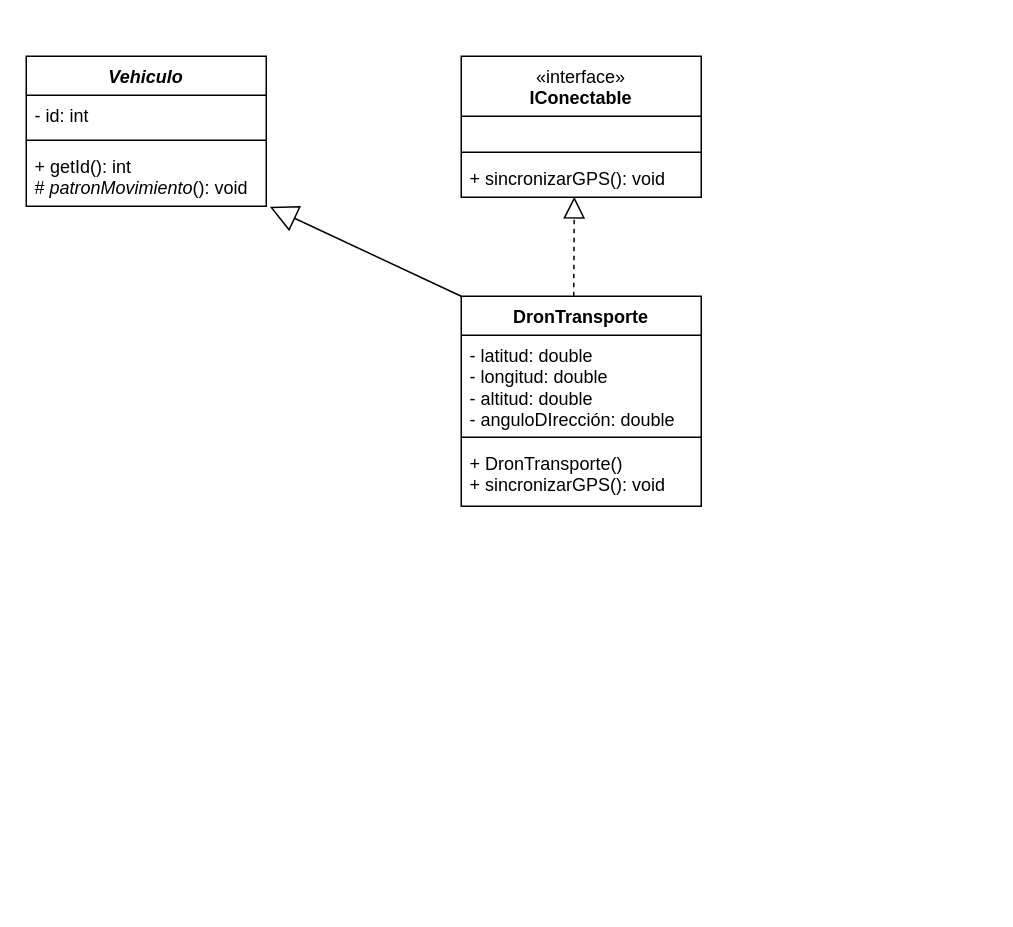
Earlier version of the draw.io diagram docs/SmartLogistics_System_UML.drawio (Snti720/SmartLogistics-System). Source tidied: cells renumbered, new cells numbered last; positions are measured from the earlier drawing's top-left corner, leaving out a move shared by most shapes. Both pictures are drawn from the tidied source at 150%, with x=0, y=0 at pixel (26, 56).
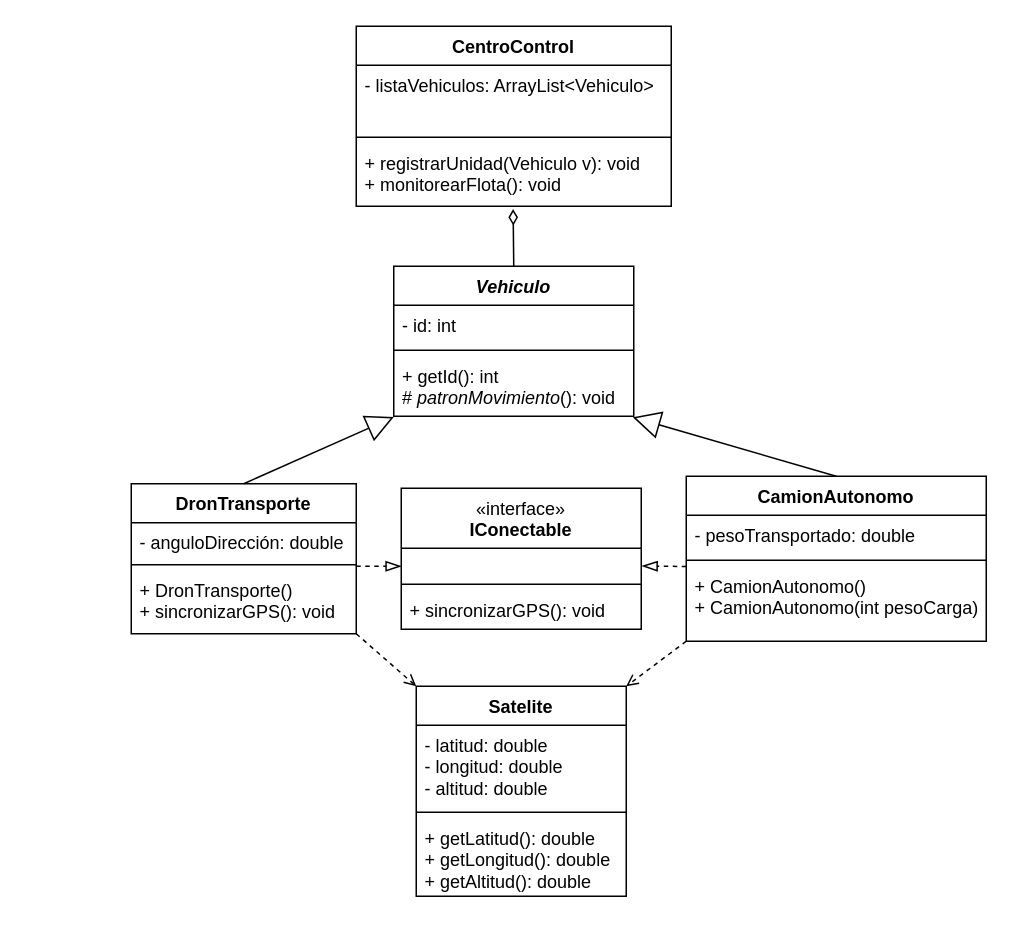
The same page after the edit.

Unchanged cells that the change refers to:
```xml
<mxCell id="5" value="+ getId(): int&lt;div&gt;# &lt;i&gt;patronMovimiento&lt;/i&gt;(): void&lt;/div&gt;" style="text;strokeColor=none;fillColor=none;align=left;verticalAlign=top;spacingLeft=4;spacingRight=4;overflow=hidden;points=[[0,0.5],[1,0.5]];portConstraint=eastwest;whiteSpace=wrap;html=1;" parent="2" vertex="1">
  <mxGeometry y="60" width="160" height="40" as="geometry" />
</mxCell>
<mxCell id="7" value="&lt;div&gt;&lt;br&gt;&lt;/div&gt;&lt;div&gt;&lt;br&gt;&lt;/div&gt;" style="text;strokeColor=none;fillColor=none;align=left;verticalAlign=top;spacingLeft=4;spacingRight=4;overflow=hidden;points=[[0,0.5],[1,0.5]];portConstraint=eastwest;whiteSpace=wrap;html=1;" parent="6" vertex="1">
  <mxGeometry y="40" width="160" height="20" as="geometry" />
</mxCell>
<mxCell id="9" value="+ sincronizarGPS(): void" style="text;strokeColor=none;fillColor=none;align=left;verticalAlign=top;spacingLeft=4;spacingRight=4;overflow=hidden;points=[[0,0.5],[1,0.5]];portConstraint=eastwest;whiteSpace=wrap;html=1;" parent="6" vertex="1">
  <mxGeometry y="68" width="160" height="26" as="geometry" />
</mxCell>
```

The edit, as a diff of the source:
```diff
@@
     <mxCell id="2" value="&lt;i&gt;Vehiculo&lt;/i&gt;" style="swimlane;fontStyle=1;align=center;verticalAlign=top;horizontal=1;startSize=26;whiteSpace=wrap;html=1;" parent="1" vertex="1">
-      <mxGeometry width="160" height="100" as="geometry" />
+      <mxGeometry x="245" y="140" width="160" height="100" as="geometry" />
     </mxCell>
@@
     <mxCell id="6" value="&lt;span style=&quot;font-weight: 400;&quot;&gt;«interface»&lt;/span&gt;&lt;br style=&quot;font-weight: 400;&quot;&gt;&lt;b&gt;IConectable&lt;/b&gt;" style="swimlane;fontStyle=1;align=center;verticalAlign=top;horizontal=1;startSize=40;whiteSpace=wrap;html=1;" parent="1" vertex="1">
-      <mxGeometry x="290" width="160" height="94" as="geometry" />
+      <mxGeometry x="250" y="288" width="160" height="94" as="geometry" />
     </mxCell>
@@
     <mxCell id="10" value="DronTransporte" style="swimlane;fontStyle=1;align=center;verticalAlign=top;horizontal=1;startSize=26;whiteSpace=wrap;html=1;" parent="1" vertex="1">
-      <mxGeometry x="290" y="160" width="160" height="140" as="geometry" />
+      <mxGeometry x="70" y="285" width="150" height="100" as="geometry" />
     </mxCell>
-    <mxCell id="11" value="- latitud: double&lt;div&gt;- longitud: double&lt;br&gt;- altitud: double&lt;/div&gt;&lt;div&gt;- anguloDIrección: double&lt;/div&gt;" style="text;strokeColor=none;fillColor=none;align=left;verticalAlign=top;spacingLeft=4;spacingRight=4;overflow=hidden;whiteSpace=wrap;html=1;" parent="10" vertex="1">
-      <mxGeometry y="26" width="160" height="64" as="geometry" />
+    <mxCell id="11" value="&lt;div&gt;- anguloDirección: double&lt;/div&gt;" style="text;strokeColor=none;fillColor=none;align=left;verticalAlign=top;spacingLeft=4;spacingRight=4;overflow=hidden;whiteSpace=wrap;html=1;" parent="10" vertex="1">
+      <mxGeometry y="26" width="150" height="24" as="geometry" />
     </mxCell>
     <mxCell id="12" style="line;strokeWidth=1;fillColor=none;align=left;verticalAlign=middle;spacingTop=-1;spacingLeft=3;spacingRight=3;labelPosition=right;strokeColor=inherit;" parent="10" vertex="1">
-      <mxGeometry y="90" width="160" height="8" as="geometry" />
+      <mxGeometry y="50" width="150" height="8" as="geometry" />
     </mxCell>
-    <mxCell id="13" value="+ DronTransporte()&lt;div&gt;+ sincronizarGPS(): void&lt;/div&gt;" style="text;strokeColor=none;fillColor=none;align=left;verticalAlign=top;spacingLeft=4;spacingRight=4;overflow=hidden;whiteSpace=wrap;html=1;" parent="10" vertex="1">
-      <mxGeometry y="98" width="160" height="42" as="geometry" />
+    <mxCell id="13" value="+ DronTransporte()&lt;div&gt;&lt;div&gt;+ sincronizarGPS(): void&lt;/div&gt;&lt;/div&gt;" style="text;strokeColor=none;fillColor=none;align=left;verticalAlign=top;spacingLeft=4;spacingRight=4;overflow=hidden;whiteSpace=wrap;html=1;" parent="10" vertex="1">
+      <mxGeometry y="58" width="150" height="42" as="geometry" />
     </mxCell>
-    <mxCell id="14" style="endArrow=block;endSize=16;endFill=0;html=1;rounded=0;entryX=1.015;entryY=1.008;entryDx=0;entryDy=0;entryPerimeter=0;exitX=0;exitY=0;exitDx=0;exitDy=0;" parent="1" edge="1" source="10" target="5">
+    <mxCell id="14" style="endArrow=block;endSize=16;endFill=0;html=1;rounded=0;entryX=0;entryY=1.013;entryDx=0;entryDy=0;entryPerimeter=0;exitX=0.5;exitY=0;exitDx=0;exitDy=0;" parent="1" edge="1" source="10" target="5">
       <mxGeometry relative="1" as="geometry" />
     </mxCell>
-    <mxCell id="15" style="endArrow=block;dashed=1;endFill=0;endSize=12;html=1;rounded=0;entryX=0.471;entryY=0.987;entryDx=0;entryDy=0;entryPerimeter=0;" parent="1" edge="1" target="9">
-      <mxGeometry relative="1" as="geometry">
-        <mxPoint x="365" y="160" as="sourcePoint" />
-      </mxGeometry>
-    </mxCell>
+    <mxCell id="16" value="CentroControl" style="swimlane;fontStyle=1;align=center;verticalAlign=top;horizontal=1;startSize=26;whiteSpace=wrap;html=1;" parent="1" vertex="1">
+      <mxGeometry x="220" y="-20" width="210" height="120" as="geometry" />
+    </mxCell>
+    <mxCell id="17" value="- listaVehiculos: ArrayList&amp;lt;Vehiculo&amp;gt;" style="text;strokeColor=none;fillColor=none;align=left;verticalAlign=top;spacingLeft=4;spacingRight=4;overflow=hidden;whiteSpace=wrap;html=1;" parent="16" vertex="1">
+      <mxGeometry y="26" width="210" height="44" as="geometry" />
+    </mxCell>
+    <mxCell id="18" style="line;strokeWidth=1;fillColor=none;align=left;verticalAlign=middle;spacingTop=-1;spacingLeft=3;spacingRight=3;labelPosition=right;strokeColor=inherit;" parent="16" vertex="1">
+      <mxGeometry y="70" width="210" height="8" as="geometry" />
+    </mxCell>
+    <mxCell id="19" value="+ registrarUnidad(Vehiculo v): void&lt;div&gt;+ monitorearFlota(): void&lt;/div&gt;" style="text;strokeColor=none;fillColor=none;align=left;verticalAlign=top;spacingLeft=4;spacingRight=4;overflow=hidden;points=[[0,0.5],[1,0.5]];portConstraint=eastwest;whiteSpace=wrap;html=1;" parent="16" vertex="1">
+      <mxGeometry y="78" width="210" height="42" as="geometry" />
+    </mxCell>
+    <mxCell id="20" value="Satelite" style="swimlane;fontStyle=1;align=center;verticalAlign=top;horizontal=1;startSize=26;whiteSpace=wrap;html=1;" parent="1" vertex="1">
+      <mxGeometry x="260" y="420" width="140" height="140" as="geometry" />
+    </mxCell>
+    <mxCell id="21" value="- latitud: double&lt;div&gt;- longitud: double&lt;br&gt;- altitud: double&lt;/div&gt;" style="text;strokeColor=none;fillColor=none;align=left;verticalAlign=top;spacingLeft=4;spacingRight=4;overflow=hidden;whiteSpace=wrap;html=1;" parent="20" vertex="1">
+      <mxGeometry y="26" width="140" height="54" as="geometry" />
+    </mxCell>
+    <mxCell id="22" style="line;strokeWidth=1;fillColor=none;align=left;verticalAlign=middle;spacingTop=-1;spacingLeft=3;spacingRight=3;labelPosition=right;strokeColor=inherit;" parent="20" vertex="1">
+      <mxGeometry y="80" width="140" height="8" as="geometry" />
+    </mxCell>
+    <mxCell id="23" value="+ getLatitud(): double&lt;div&gt;+ getLongitud(): double&lt;br&gt;+ getAltitud(): double&lt;/div&gt;" style="text;strokeColor=none;fillColor=none;align=left;verticalAlign=top;spacingLeft=4;spacingRight=4;overflow=hidden;whiteSpace=wrap;html=1;" parent="20" vertex="1">
+      <mxGeometry y="88" width="140" height="52" as="geometry" />
+    </mxCell>
+    <mxCell id="24" style="endArrow=none;startArrow=diamondThin;endFill=0;startFill=0;html=1;verticalAlign=bottom;labelBackgroundColor=none;strokeWidth=1;startSize=8;endSize=8;rounded=0;entryX=0.5;entryY=0;entryDx=0;entryDy=0;exitX=0.498;exitY=1.045;exitDx=0;exitDy=0;exitPerimeter=0;" parent="1" edge="1" source="19" target="2">
+      <mxGeometry relative="1" as="geometry" />
+    </mxCell>
+    <mxCell id="25" value="CamionAutonomo" style="swimlane;fontStyle=1;align=center;verticalAlign=top;horizontal=1;startSize=26;whiteSpace=wrap;html=1;" parent="1" vertex="1">
+      <mxGeometry x="440" y="280" width="200" height="110" as="geometry" />
+    </mxCell>
+    <mxCell id="26" value="- pesoTransportado: double" style="text;strokeColor=none;fillColor=none;align=left;verticalAlign=top;spacingLeft=4;spacingRight=4;overflow=hidden;whiteSpace=wrap;html=1;" parent="25" vertex="1">
+      <mxGeometry y="26" width="200" height="26" as="geometry" />
+    </mxCell>
+    <mxCell id="27" style="line;strokeWidth=1;fillColor=none;align=left;verticalAlign=middle;spacingTop=-1;spacingLeft=3;spacingRight=3;labelPosition=right;strokeColor=inherit;" parent="25" vertex="1">
+      <mxGeometry y="52" width="200" height="8" as="geometry" />
+    </mxCell>
+    <mxCell id="28" value="+ CamionAutonomo()&lt;div&gt;+ CamionAutonomo(int pesoCarga)&lt;/div&gt;" style="text;strokeColor=none;fillColor=none;align=left;verticalAlign=top;spacingLeft=4;spacingRight=4;overflow=hidden;points=[[0,0.5],[1,0.5]];portConstraint=eastwest;whiteSpace=wrap;html=1;" parent="25" vertex="1">
+      <mxGeometry y="60" width="200" height="50" as="geometry" />
+    </mxCell>
+    <mxCell id="29" style="endArrow=block;endSize=16;endFill=0;html=1;rounded=0;entryX=0.996;entryY=1.016;entryDx=0;entryDy=0;entryPerimeter=0;exitX=0.5;exitY=0;exitDx=0;exitDy=0;" parent="1" edge="1" source="25" target="5">
+      <mxGeometry relative="1" as="geometry" />
+    </mxCell>
+    <mxCell id="30" style="html=1;verticalAlign=bottom;labelBackgroundColor=none;endArrow=blockThin;endFill=0;endSize=8;rounded=0;entryX=0;entryY=0.6;entryDx=0;entryDy=0;entryPerimeter=0;dashed=1;" parent="1" edge="1" target="7">
+      <mxGeometry relative="1" as="geometry">
+        <mxPoint x="220" y="340" as="sourcePoint" />
+      </mxGeometry>
+    </mxCell>
+    <mxCell id="31" style="html=1;verticalAlign=bottom;labelBackgroundColor=none;endArrow=blockThin;endFill=0;endSize=8;rounded=0;dashed=1;exitX=0;exitY=0.003;exitDx=0;exitDy=0;entryX=1.003;entryY=0.593;entryDx=0;entryDy=0;entryPerimeter=0;exitPerimeter=0;" parent="1" edge="1" source="28" target="7">
+      <mxGeometry relative="1" as="geometry" />
+    </mxCell>
+    <mxCell id="32" style="rounded=0;jettySize=auto;html=1;dashed=1;endArrow=open;endFill=0;entryX=1;entryY=0;entryDx=0;entryDy=0;exitX=0;exitY=1;exitDx=0;exitDy=0;exitPerimeter=0;" parent="1" edge="1" source="28" target="20">
+      <mxGeometry relative="1" as="geometry" />
+    </mxCell>
+    <mxCell id="33" style="rounded=0;jettySize=auto;html=1;entryX=0;entryY=0;entryDx=0;entryDy=0;endArrow=open;endFill=0;dashed=1;exitX=1;exitY=1;exitDx=0;exitDy=0;" parent="1" edge="1" source="10" target="20">
+      <mxGeometry relative="1" as="geometry" />
+    </mxCell>
```
